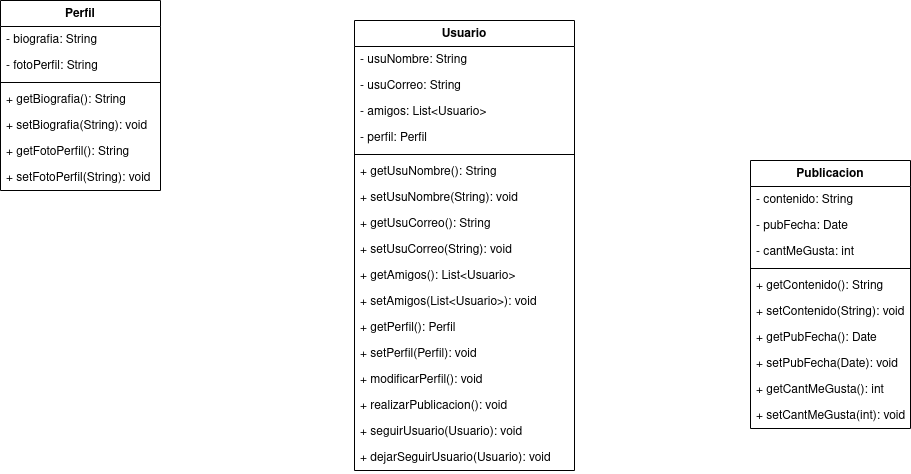
Above: ejercicio1/diagram/ejercicio1-maxi.png in mackstm/examen-ets (draw.io), before the change. Source tidied: cells renumbered, new cells last; positions are measured from the earlier drawing's top-left corner, leaving out a move shared by most shapes.
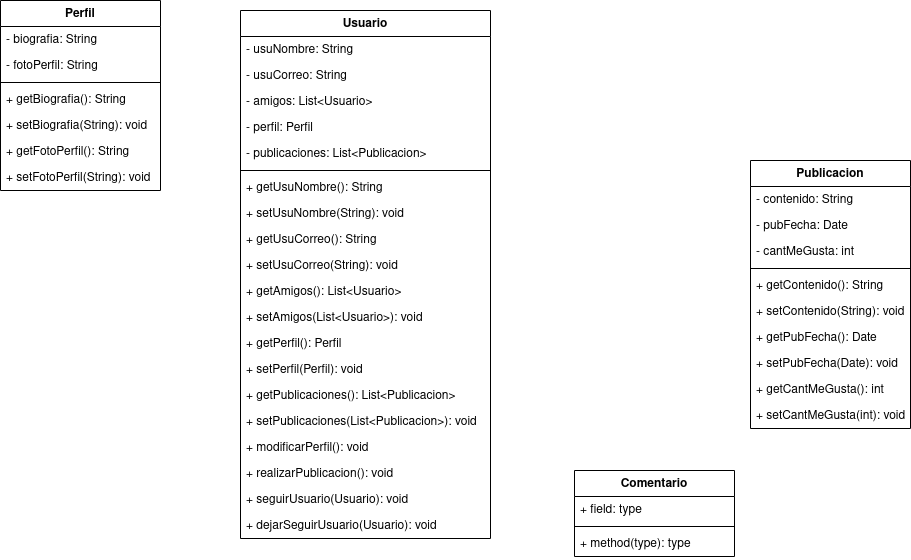
The same diagram one commit later.

What changed in the source:
```diff
@@ -3,58 +3,67 @@
     <mxCell id="0" />
     <mxCell id="1" parent="0" />
     <mxCell id="2" value="Usuario" style="swimlane;fontStyle=1;align=center;verticalAlign=top;horizontal=1;startSize=26;whiteSpace=wrap;html=1;" parent="1" vertex="1">
-      <mxGeometry x="354" y="20" width="220" height="450" as="geometry" />
+      <mxGeometry x="240" y="10" width="250" height="528" as="geometry" />
     </mxCell>
     <mxCell id="3" value="- usuNombre: String" style="text;strokeColor=none;fillColor=none;align=left;verticalAlign=top;spacingLeft=4;spacingRight=4;overflow=hidden;whiteSpace=wrap;html=1;" parent="2" vertex="1">
-      <mxGeometry y="26" width="220" height="26" as="geometry" />
+      <mxGeometry y="26" width="250" height="26" as="geometry" />
     </mxCell>
     <mxCell id="4" value="- usuCorreo: String" style="text;strokeColor=none;fillColor=none;align=left;verticalAlign=top;spacingLeft=4;spacingRight=4;overflow=hidden;whiteSpace=wrap;html=1;" parent="2" vertex="1">
-      <mxGeometry y="52" width="220" height="26" as="geometry" />
+      <mxGeometry y="52" width="250" height="26" as="geometry" />
     </mxCell>
     <mxCell id="5" value="- amigos: List&amp;lt;Usuario&amp;gt;" style="text;strokeColor=none;fillColor=none;align=left;verticalAlign=top;spacingLeft=4;spacingRight=4;overflow=hidden;whiteSpace=wrap;html=1;" parent="2" vertex="1">
-      <mxGeometry y="78" width="220" height="26" as="geometry" />
+      <mxGeometry y="78" width="250" height="26" as="geometry" />
     </mxCell>
     <mxCell id="6" value="- perfil: Perfil" style="text;strokeColor=none;fillColor=none;align=left;verticalAlign=top;spacingLeft=4;spacingRight=4;overflow=hidden;whiteSpace=wrap;html=1;" parent="2" vertex="1">
-      <mxGeometry y="104" width="220" height="26" as="geometry" />
+      <mxGeometry y="104" width="250" height="26" as="geometry" />
     </mxCell>
+    <mxCell id="39" value="- publicaciones: List&amp;lt;Publicacion&amp;gt;" style="text;strokeColor=none;fillColor=none;align=left;verticalAlign=top;spacingLeft=4;spacingRight=4;overflow=hidden;whiteSpace=wrap;html=1;" parent="2" vertex="1">
+      <mxGeometry y="130" width="250" height="26" as="geometry" />
+    </mxCell>
     <mxCell id="7" style="line;strokeWidth=1;fillColor=none;align=left;verticalAlign=middle;spacingTop=-1;spacingLeft=3;spacingRight=3;labelPosition=right;strokeColor=inherit;" parent="2" vertex="1">
-      <mxGeometry y="130" width="220" height="8" as="geometry" />
+      <mxGeometry y="156" width="250" height="8" as="geometry" />
     </mxCell>
     <mxCell id="8" value="+ getUsuNombre(): String" style="text;strokeColor=none;fillColor=none;align=left;verticalAlign=top;spacingLeft=4;spacingRight=4;overflow=hidden;whiteSpace=wrap;html=1;" parent="2" vertex="1">
-      <mxGeometry y="138" width="220" height="26" as="geometry" />
+      <mxGeometry y="164" width="250" height="26" as="geometry" />
     </mxCell>
     <mxCell id="9" value="+ setUsuNombre(String): void" style="text;strokeColor=none;fillColor=none;align=left;verticalAlign=top;spacingLeft=4;spacingRight=4;overflow=hidden;whiteSpace=wrap;html=1;" parent="2" vertex="1">
-      <mxGeometry y="164" width="220" height="26" as="geometry" />
+      <mxGeometry y="190" width="250" height="26" as="geometry" />
     </mxCell>
     <mxCell id="10" value="+ getUsuCorreo(): String" style="text;strokeColor=none;fillColor=none;align=left;verticalAlign=top;spacingLeft=4;spacingRight=4;overflow=hidden;whiteSpace=wrap;html=1;" parent="2" vertex="1">
-      <mxGeometry y="190" width="220" height="26" as="geometry" />
+      <mxGeometry y="216" width="250" height="26" as="geometry" />
     </mxCell>
     <mxCell id="11" value="+ setUsuCorreo(String): void" style="text;strokeColor=none;fillColor=none;align=left;verticalAlign=top;spacingLeft=4;spacingRight=4;overflow=hidden;whiteSpace=wrap;html=1;" parent="2" vertex="1">
-      <mxGeometry y="216" width="220" height="26" as="geometry" />
+      <mxGeometry y="242" width="250" height="26" as="geometry" />
     </mxCell>
     <mxCell id="12" value="+ getAmigos(): List&amp;lt;Usuario&amp;gt;" style="text;strokeColor=none;fillColor=none;align=left;verticalAlign=top;spacingLeft=4;spacingRight=4;overflow=hidden;whiteSpace=wrap;html=1;" parent="2" vertex="1">
-      <mxGeometry y="242" width="220" height="26" as="geometry" />
+      <mxGeometry y="268" width="250" height="26" as="geometry" />
     </mxCell>
     <mxCell id="13" value="+ setAmigos(List&amp;lt;Usuario&amp;gt;): void" style="text;strokeColor=none;fillColor=none;align=left;verticalAlign=top;spacingLeft=4;spacingRight=4;overflow=hidden;whiteSpace=wrap;html=1;" parent="2" vertex="1">
-      <mxGeometry y="268" width="220" height="26" as="geometry" />
+      <mxGeometry y="294" width="250" height="26" as="geometry" />
     </mxCell>
     <mxCell id="14" value="+ getPerfil(): Perfil" style="text;strokeColor=none;fillColor=none;align=left;verticalAlign=top;spacingLeft=4;spacingRight=4;overflow=hidden;whiteSpace=wrap;html=1;" parent="2" vertex="1">
-      <mxGeometry y="294" width="220" height="26" as="geometry" />
+      <mxGeometry y="320" width="250" height="26" as="geometry" />
     </mxCell>
     <mxCell id="15" value="+ setPerfil(Perfil): void" style="text;strokeColor=none;fillColor=none;align=left;verticalAlign=top;spacingLeft=4;spacingRight=4;overflow=hidden;whiteSpace=wrap;html=1;" parent="2" vertex="1">
-      <mxGeometry y="320" width="220" height="26" as="geometry" />
+      <mxGeometry y="346" width="250" height="26" as="geometry" />
     </mxCell>
+    <mxCell id="40" value="+ getPublicaciones(): List&amp;lt;Publicacion&amp;gt;" style="text;strokeColor=none;fillColor=none;align=left;verticalAlign=top;spacingLeft=4;spacingRight=4;overflow=hidden;whiteSpace=wrap;html=1;" parent="2" vertex="1">
+      <mxGeometry y="372" width="250" height="26" as="geometry" />
+    </mxCell>
+    <mxCell id="41" value="+ setPublicaciones(List&amp;lt;Publicacion&amp;gt;): void" style="text;strokeColor=none;fillColor=none;align=left;verticalAlign=top;spacingLeft=4;spacingRight=4;overflow=hidden;whiteSpace=wrap;html=1;" parent="2" vertex="1">
+      <mxGeometry y="398" width="250" height="26" as="geometry" />
+    </mxCell>
     <mxCell id="16" value="+ modificarPerfil(): void" style="text;strokeColor=none;fillColor=none;align=left;verticalAlign=top;spacingLeft=4;spacingRight=4;overflow=hidden;whiteSpace=wrap;html=1;" parent="2" vertex="1">
-      <mxGeometry y="346" width="220" height="26" as="geometry" />
+      <mxGeometry y="424" width="250" height="26" as="geometry" />
     </mxCell>
     <mxCell id="17" value="+ realizarPublicacion(): void" style="text;strokeColor=none;fillColor=none;align=left;verticalAlign=top;spacingLeft=4;spacingRight=4;overflow=hidden;whiteSpace=wrap;html=1;" parent="2" vertex="1">
-      <mxGeometry y="372" width="220" height="26" as="geometry" />
+      <mxGeometry y="450" width="250" height="26" as="geometry" />
     </mxCell>
     <mxCell id="18" value="+ seguirUsuario(Usuario): void" style="text;strokeColor=none;fillColor=none;align=left;verticalAlign=top;spacingLeft=4;spacingRight=4;overflow=hidden;whiteSpace=wrap;html=1;" parent="2" vertex="1">
-      <mxGeometry y="398" width="220" height="26" as="geometry" />
+      <mxGeometry y="476" width="250" height="26" as="geometry" />
     </mxCell>
     <mxCell id="19" value="+ dejarSeguirUsuario(Usuario): void" style="text;strokeColor=none;fillColor=none;align=left;verticalAlign=top;spacingLeft=4;spacingRight=4;overflow=hidden;whiteSpace=wrap;html=1;" parent="2" vertex="1">
-      <mxGeometry y="424" width="220" height="26" as="geometry" />
+      <mxGeometry y="502" width="250" height="26" as="geometry" />
     </mxCell>
     <mxCell id="20" value="Publicacion" style="swimlane;fontStyle=1;align=center;verticalAlign=top;horizontal=1;startSize=26;whiteSpace=wrap;html=1;" parent="1" vertex="1">
       <mxGeometry x="750" y="160" width="160" height="268" as="geometry" />
@@ -113,5 +122,17 @@
     <mxCell id="38" value="+ setFotoPerfil(String): void" style="text;strokeColor=none;fillColor=none;align=left;verticalAlign=top;spacingLeft=4;spacingRight=4;overflow=hidden;whiteSpace=wrap;html=1;" parent="31" vertex="1">
       <mxGeometry y="164" width="160" height="26" as="geometry" />
     </mxCell>
+    <mxCell id="42" value="Comentario" style="swimlane;fontStyle=1;align=center;verticalAlign=top;horizontal=1;startSize=26;whiteSpace=wrap;html=1;" parent="1" vertex="1">
+      <mxGeometry x="574" y="470" width="160" height="86" as="geometry" />
+    </mxCell>
+    <mxCell id="43" value="+ field: type" style="text;strokeColor=none;fillColor=none;align=left;verticalAlign=top;spacingLeft=4;spacingRight=4;overflow=hidden;whiteSpace=wrap;html=1;" parent="42" vertex="1">
+      <mxGeometry y="26" width="160" height="26" as="geometry" />
+    </mxCell>
+    <mxCell id="44" style="line;strokeWidth=1;fillColor=none;align=left;verticalAlign=middle;spacingTop=-1;spacingLeft=3;spacingRight=3;labelPosition=right;strokeColor=inherit;" parent="42" vertex="1">
+      <mxGeometry y="52" width="160" height="8" as="geometry" />
+    </mxCell>
+    <mxCell id="45" value="+ method(type): type" style="text;strokeColor=none;fillColor=none;align=left;verticalAlign=top;spacingLeft=4;spacingRight=4;overflow=hidden;whiteSpace=wrap;html=1;" parent="42" vertex="1">
+      <mxGeometry y="60" width="160" height="26" as="geometry" />
+    </mxCell>
   </root>
 </mxGraphModel>
```
